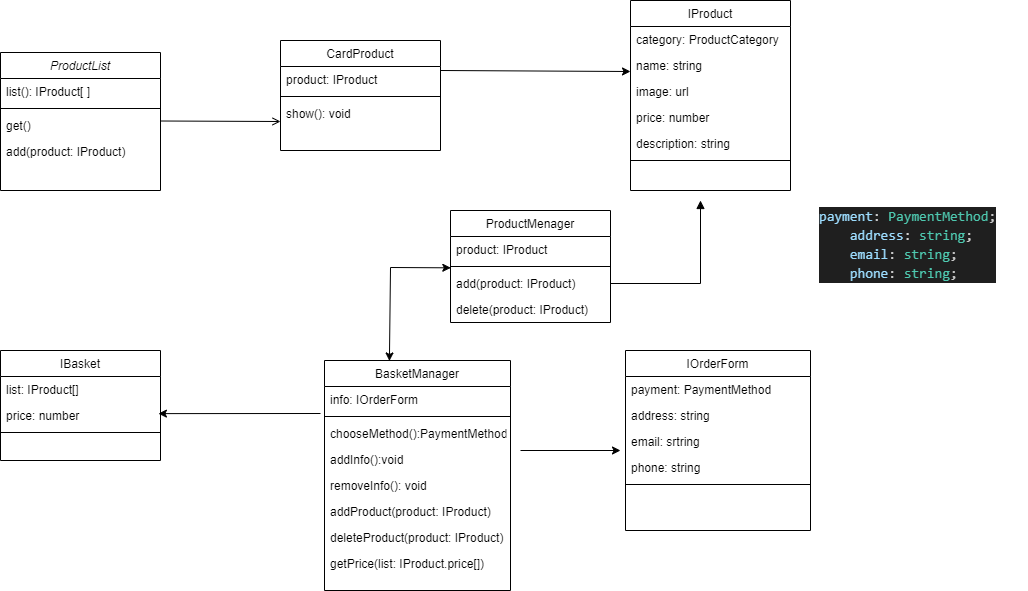
VikaShipovalova/web-larek-frontend keeps this draw.io diagram as classmodel.png. Above is the earlier version. Source tidied: cells renumbered, new cells last; positions are measured from the earlier drawing's top-left corner, leaving out a move shared by most shapes. The source it was exported from:
```xml
<mxGraphModel>
  <root>
    <mxCell id="0" />
    <mxCell id="1" parent="0" />
    <mxCell id="2" value="IOrderForm" style="swimlane;fontStyle=0;align=center;verticalAlign=top;horizontal=1;startSize=26;rounded=0;shadow=0;strokeWidth=1;" parent="1" vertex="1">
      <mxGeometry x="625" y="350" width="185" height="180" as="geometry" />
    </mxCell>
    <mxCell id="3" value="payment: PaymentMethod" style="text;align=left;verticalAlign=top;spacingLeft=4;spacingRight=4;overflow=hidden;" parent="2" vertex="1">
      <mxGeometry y="26" width="185" height="26" as="geometry" />
    </mxCell>
    <mxCell id="4" value="address: string" style="text;align=left;verticalAlign=top;spacingLeft=4;spacingRight=4;overflow=hidden;" parent="2" vertex="1">
      <mxGeometry y="52" width="185" height="26" as="geometry" />
    </mxCell>
    <mxCell id="5" value="email: srtring" style="text;align=left;verticalAlign=top;spacingLeft=4;spacingRight=4;overflow=hidden;" parent="2" vertex="1">
      <mxGeometry y="78" width="185" height="26" as="geometry" />
    </mxCell>
    <mxCell id="6" value="phone: string" style="text;align=left;verticalAlign=top;spacingLeft=4;spacingRight=4;overflow=hidden;" parent="2" vertex="1">
      <mxGeometry y="104" width="185" height="26" as="geometry" />
    </mxCell>
    <mxCell id="7" style="line;html=1;strokeWidth=1;align=left;verticalAlign=middle;spacingTop=-1;spacingLeft=3;spacingRight=3;labelPosition=right;" parent="2" vertex="1">
      <mxGeometry y="130" width="185" height="8" as="geometry" />
    </mxCell>
    <mxCell id="8" value="CardProduct" style="swimlane;fontStyle=0;align=center;verticalAlign=top;horizontal=1;startSize=26;rounded=0;shadow=0;strokeWidth=1;" parent="1" vertex="1">
      <mxGeometry x="280" y="40" width="160" height="110" as="geometry" />
    </mxCell>
    <mxCell id="9" value="product: IProduct" style="text;align=left;verticalAlign=top;spacingLeft=4;spacingRight=4;overflow=hidden;rounded=0;shadow=0;html=0;" parent="8" vertex="1">
      <mxGeometry y="26" width="160" height="26" as="geometry" />
    </mxCell>
    <mxCell id="10" style="line;html=1;strokeWidth=1;align=left;verticalAlign=middle;spacingTop=-1;spacingLeft=3;spacingRight=3;labelPosition=right;" parent="8" vertex="1">
      <mxGeometry y="52" width="160" height="8" as="geometry" />
    </mxCell>
    <mxCell id="11" value="show(): void" style="text;align=left;verticalAlign=top;spacingLeft=4;spacingRight=4;overflow=hidden;rounded=0;shadow=0;html=0;" parent="8" vertex="1">
      <mxGeometry y="60" width="160" height="26" as="geometry" />
    </mxCell>
    <mxCell id="12" style="endArrow=open;shadow=0;strokeWidth=1;rounded=0;curved=0;endFill=1;edgeStyle=elbowEdgeStyle;elbow=vertical;" parent="1" edge="1">
      <mxGeometry x="0.5" y="41" relative="1" as="geometry">
        <mxPoint x="160" y="120.5" as="sourcePoint" />
        <mxPoint x="280" y="120.5" as="targetPoint" />
        <mxPoint x="-40" y="32" as="offset" />
      </mxGeometry>
    </mxCell>
    <mxCell id="13" style="endArrow=classic;html=1;rounded=0;" parent="1" edge="1">
      <mxGeometry relative="1" as="geometry">
        <mxPoint x="520" y="450" as="sourcePoint" />
        <mxPoint x="620" y="450" as="targetPoint" />
      </mxGeometry>
    </mxCell>
    <mxCell id="14" style="endArrow=classic;html=1;rounded=0;entryX=0;entryY=0.5;entryDx=0;entryDy=0;" parent="1" edge="1">
      <mxGeometry relative="1" as="geometry">
        <mxPoint x="440" y="70" as="sourcePoint" />
        <mxPoint x="630" y="71" as="targetPoint" />
      </mxGeometry>
    </mxCell>
    <mxCell id="15" value="BasketManager" style="swimlane;fontStyle=0;align=center;verticalAlign=top;horizontal=1;startSize=26;rounded=0;shadow=0;strokeWidth=1;" parent="1" vertex="1">
      <mxGeometry x="324" y="360" width="186" height="230" as="geometry" />
    </mxCell>
    <mxCell id="16" value="info: IOrderForm" style="text;align=left;verticalAlign=top;spacingLeft=4;spacingRight=4;overflow=hidden;" parent="15" vertex="1">
      <mxGeometry y="26" width="186" height="26" as="geometry" />
    </mxCell>
    <mxCell id="17" style="line;html=1;strokeWidth=1;align=left;verticalAlign=middle;spacingTop=-1;spacingLeft=3;spacingRight=3;labelPosition=right;" parent="15" vertex="1">
      <mxGeometry y="52" width="186" height="8" as="geometry" />
    </mxCell>
    <mxCell id="18" value="chooseMethod():PaymentMethod" style="text;align=left;verticalAlign=top;spacingLeft=4;spacingRight=4;overflow=hidden;" parent="15" vertex="1">
      <mxGeometry y="60" width="186" height="26" as="geometry" />
    </mxCell>
    <mxCell id="19" value="addInfo():void" style="text;align=left;verticalAlign=top;spacingLeft=4;spacingRight=4;overflow=hidden;" parent="15" vertex="1">
      <mxGeometry y="86" width="186" height="26" as="geometry" />
    </mxCell>
    <mxCell id="20" value="removeInfo(): void" style="text;align=left;verticalAlign=top;spacingLeft=4;spacingRight=4;overflow=hidden;" parent="15" vertex="1">
      <mxGeometry y="112" width="186" height="26" as="geometry" />
    </mxCell>
    <mxCell id="21" value="addProduct(product: IProduct)" style="text;align=left;verticalAlign=top;spacingLeft=4;spacingRight=4;overflow=hidden;fontStyle=0;" parent="15" vertex="1">
      <mxGeometry y="138" width="186" height="26" as="geometry" />
    </mxCell>
    <mxCell id="22" value="deleteProduct(product: IProduct)" style="text;align=left;verticalAlign=top;spacingLeft=4;spacingRight=4;overflow=hidden;" parent="15" vertex="1">
      <mxGeometry y="164" width="186" height="26" as="geometry" />
    </mxCell>
    <mxCell id="23" value="getPrice(list: IProduct.price[])" style="text;align=left;verticalAlign=top;spacingLeft=4;spacingRight=4;overflow=hidden;" parent="15" vertex="1">
      <mxGeometry y="190" width="186" height="26" as="geometry" />
    </mxCell>
    <mxCell id="24" style="endArrow=classic;html=1;rounded=0;entryX=0.987;entryY=0.043;entryDx=0;entryDy=0;entryPerimeter=0;" parent="1" edge="1">
      <mxGeometry relative="1" as="geometry">
        <mxPoint x="320" y="413" as="sourcePoint" />
        <mxPoint x="157.9" y="413.1" as="targetPoint" />
      </mxGeometry>
    </mxCell>
    <mxCell id="25" value="ProductMenager" style="swimlane;fontStyle=0;align=center;verticalAlign=top;horizontal=1;startSize=26;rounded=0;shadow=0;strokeWidth=1;" parent="1" vertex="1">
      <mxGeometry x="450" y="210" width="160" height="112" as="geometry" />
    </mxCell>
    <mxCell id="26" value="product: IProduct" style="text;align=left;verticalAlign=top;spacingLeft=4;spacingRight=4;overflow=hidden;" parent="25" vertex="1">
      <mxGeometry y="26" width="160" height="26" as="geometry" />
    </mxCell>
    <mxCell id="27" style="line;html=1;strokeWidth=1;align=left;verticalAlign=middle;spacingTop=-1;spacingLeft=3;spacingRight=3;labelPosition=right;" parent="25" vertex="1">
      <mxGeometry y="52" width="160" height="8" as="geometry" />
    </mxCell>
    <mxCell id="28" value="add(product: IProduct)" style="text;align=left;verticalAlign=top;spacingLeft=4;spacingRight=4;overflow=hidden;points=[[0,0.5],[1,0.5]];portConstraint=eastwest;rounded=0;shadow=0;html=0;" parent="25" vertex="1">
      <mxGeometry y="60" width="160" height="26" as="geometry" />
    </mxCell>
    <mxCell id="29" value="delete(product: IProduct)" style="text;align=left;verticalAlign=top;spacingLeft=4;spacingRight=4;overflow=hidden;" parent="25" vertex="1">
      <mxGeometry y="86" width="160" height="26" as="geometry" />
    </mxCell>
    <mxCell id="30" style="endArrow=classic;startArrow=classic;html=1;rounded=0;exitX=0.349;exitY=0.002;exitDx=0;exitDy=0;exitPerimeter=0;entryX=0.002;entryY=-0.103;entryDx=0;entryDy=0;entryPerimeter=0;" parent="1" edge="1" source="15" target="28">
      <mxGeometry relative="1" as="geometry">
        <Array as="points">
          <mxPoint x="390" y="267" />
        </Array>
      </mxGeometry>
    </mxCell>
    <mxCell id="31" style="html=1;verticalAlign=bottom;endArrow=block;curved=0;rounded=0;exitX=1;exitY=0.5;exitDx=0;exitDy=0;" parent="1" edge="1" source="28">
      <mxGeometry relative="1" as="geometry">
        <mxPoint x="700" y="200" as="targetPoint" />
        <Array as="points">
          <mxPoint x="700" y="283" />
        </Array>
      </mxGeometry>
    </mxCell>
    <mxCell id="32" value="ProductList" style="swimlane;fontStyle=2;align=center;verticalAlign=top;horizontal=1;startSize=26;rounded=0;shadow=0;strokeWidth=1;" parent="1" vertex="1">
      <mxGeometry y="52" width="160" height="138" as="geometry" />
    </mxCell>
    <mxCell id="33" value="list(): IProduct[ ]" style="text;align=left;verticalAlign=top;spacingLeft=4;spacingRight=4;overflow=hidden;" parent="32" vertex="1">
      <mxGeometry y="26" width="160" height="26" as="geometry" />
    </mxCell>
    <mxCell id="34" style="line;html=1;strokeWidth=1;align=left;verticalAlign=middle;spacingTop=-1;spacingLeft=3;spacingRight=3;labelPosition=right;" parent="32" vertex="1">
      <mxGeometry y="52" width="160" height="8" as="geometry" />
    </mxCell>
    <mxCell id="35" value="get()" style="text;align=left;verticalAlign=top;spacingLeft=4;spacingRight=4;overflow=hidden;" parent="32" vertex="1">
      <mxGeometry y="60" width="160" height="26" as="geometry" />
    </mxCell>
    <mxCell id="36" value="add(product: IProduct)" style="text;align=left;verticalAlign=top;spacingLeft=4;spacingRight=4;overflow=hidden;" parent="32" vertex="1">
      <mxGeometry y="86" width="160" height="26" as="geometry" />
    </mxCell>
    <mxCell id="37" value="IProduct" style="swimlane;fontStyle=0;align=center;verticalAlign=top;horizontal=1;startSize=26;rounded=0;shadow=0;strokeWidth=1;" parent="1" vertex="1">
      <mxGeometry x="630" width="160" height="190" as="geometry" />
    </mxCell>
    <mxCell id="38" value="category: ProductCategory" style="text;align=left;verticalAlign=top;spacingLeft=4;spacingRight=4;overflow=hidden;" parent="37" vertex="1">
      <mxGeometry y="26" width="160" height="26" as="geometry" />
    </mxCell>
    <mxCell id="39" value="name: string" style="text;align=left;verticalAlign=top;spacingLeft=4;spacingRight=4;overflow=hidden;rounded=0;shadow=0;html=0;" parent="37" vertex="1">
      <mxGeometry y="52" width="160" height="26" as="geometry" />
    </mxCell>
    <mxCell id="40" value="image: url" style="text;align=left;verticalAlign=top;spacingLeft=4;spacingRight=4;overflow=hidden;rounded=0;shadow=0;html=0;" parent="37" vertex="1">
      <mxGeometry y="78" width="160" height="26" as="geometry" />
    </mxCell>
    <mxCell id="41" value="price: number" style="text;align=left;verticalAlign=top;spacingLeft=4;spacingRight=4;overflow=hidden;rounded=0;shadow=0;html=0;" parent="37" vertex="1">
      <mxGeometry y="104" width="160" height="26" as="geometry" />
    </mxCell>
    <mxCell id="42" value="description: string" style="text;align=left;verticalAlign=top;spacingLeft=4;spacingRight=4;overflow=hidden;rounded=0;shadow=0;html=0;" parent="37" vertex="1">
      <mxGeometry y="130" width="160" height="26" as="geometry" />
    </mxCell>
    <mxCell id="43" style="line;html=1;strokeWidth=1;align=left;verticalAlign=middle;spacingTop=-1;spacingLeft=3;spacingRight=3;labelPosition=right;" parent="37" vertex="1">
      <mxGeometry y="156" width="160" height="8" as="geometry" />
    </mxCell>
    <mxCell id="44" value="IBasket" style="swimlane;fontStyle=0;align=center;verticalAlign=top;horizontal=1;startSize=26;rounded=0;shadow=0;strokeWidth=1;" parent="1" vertex="1">
      <mxGeometry y="350" width="160" height="110" as="geometry" />
    </mxCell>
    <mxCell id="45" value="list: IProduct[]" style="text;align=left;verticalAlign=top;spacingLeft=4;spacingRight=4;overflow=hidden;" parent="44" vertex="1">
      <mxGeometry y="26" width="160" height="26" as="geometry" />
    </mxCell>
    <mxCell id="46" value="price: number" style="text;align=left;verticalAlign=top;spacingLeft=4;spacingRight=4;overflow=hidden;" parent="44" vertex="1">
      <mxGeometry y="52" width="160" height="26" as="geometry" />
    </mxCell>
    <mxCell id="47" style="line;html=1;strokeWidth=1;align=left;verticalAlign=middle;spacingTop=-1;spacingLeft=3;spacingRight=3;labelPosition=right;" parent="44" vertex="1">
      <mxGeometry y="78" width="160" height="8" as="geometry" />
    </mxCell>
    <mxCell id="48" value="&lt;div style=&quot;color: rgb(204, 204, 204); background-color: rgb(31, 31, 31); font-family: Consolas, &amp;quot;Courier New&amp;quot;, monospace; font-weight: normal; font-size: 14px; line-height: 19px;&quot;&gt;&lt;div&gt;&lt;span style=&quot;color: #9cdcfe;&quot;&gt;payment&lt;/span&gt;&lt;span style=&quot;color: #d4d4d4;&quot;&gt;:&lt;/span&gt;&lt;span style=&quot;color: #cccccc;&quot;&gt; &lt;/span&gt;&lt;span style=&quot;color: #4ec9b0;&quot;&gt;PaymentMethod&lt;/span&gt;&lt;span style=&quot;color: #cccccc;&quot;&gt;;&lt;/span&gt;&lt;/div&gt;&lt;div&gt;&lt;span style=&quot;color: #cccccc;&quot;&gt;&amp;nbsp; &amp;nbsp; &lt;/span&gt;&lt;span style=&quot;color: #9cdcfe;&quot;&gt;address&lt;/span&gt;&lt;span style=&quot;color: #d4d4d4;&quot;&gt;:&lt;/span&gt;&lt;span style=&quot;color: #cccccc;&quot;&gt; &lt;/span&gt;&lt;span style=&quot;color: #4ec9b0;&quot;&gt;string&lt;/span&gt;&lt;span style=&quot;color: #cccccc;&quot;&gt;;&lt;/span&gt;&lt;/div&gt;&lt;div&gt;&lt;span style=&quot;color: #cccccc;&quot;&gt;&amp;nbsp; &amp;nbsp; &lt;/span&gt;&lt;span style=&quot;color: #9cdcfe;&quot;&gt;email&lt;/span&gt;&lt;span style=&quot;color: #d4d4d4;&quot;&gt;:&lt;/span&gt;&lt;span style=&quot;color: #cccccc;&quot;&gt; &lt;/span&gt;&lt;span style=&quot;color: #4ec9b0;&quot;&gt;string&lt;/span&gt;&lt;span style=&quot;color: #cccccc;&quot;&gt;;&lt;/span&gt;&lt;/div&gt;&lt;div&gt;&lt;span style=&quot;color: #cccccc;&quot;&gt;&amp;nbsp; &amp;nbsp; &lt;/span&gt;&lt;span style=&quot;color: #9cdcfe;&quot;&gt;phone&lt;/span&gt;&lt;span style=&quot;color: #d4d4d4;&quot;&gt;:&lt;/span&gt;&lt;span style=&quot;color: #cccccc;&quot;&gt; &lt;/span&gt;&lt;span style=&quot;color: #4ec9b0;&quot;&gt;string&lt;/span&gt;&lt;span style=&quot;color: #cccccc;&quot;&gt;;&lt;/span&gt;&lt;/div&gt;&lt;/div&gt;" style="text;whiteSpace=wrap;html=1;" parent="1" vertex="1">
      <mxGeometry x="817" y="200" width="210" height="100" as="geometry" />
    </mxCell>
  </root>
</mxGraphModel>
```
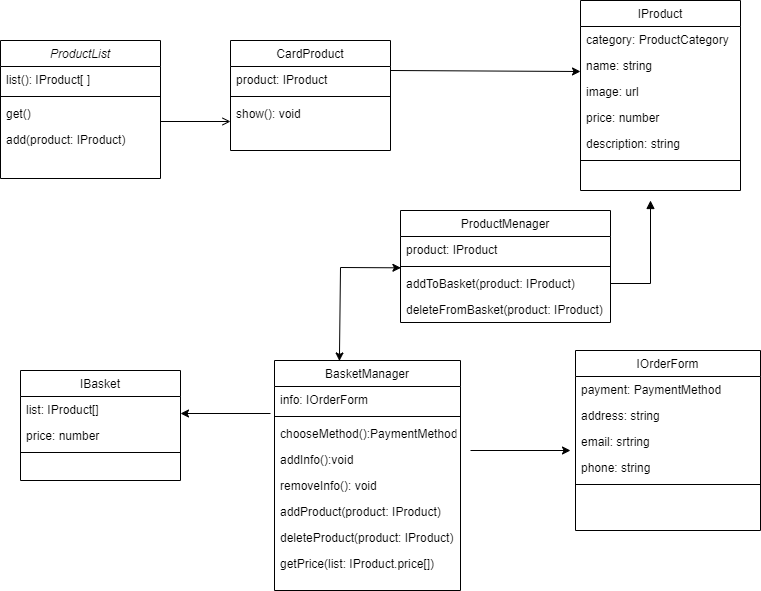
The same file after the commit.

Commit message:
first try first review

Diff of the diagram source:
```diff
@@ -34,7 +34,7 @@
     </mxCell>
     <mxCell id="12" style="endArrow=open;shadow=0;strokeWidth=1;rounded=0;curved=0;endFill=1;edgeStyle=elbowEdgeStyle;elbow=vertical;" parent="1" edge="1">
       <mxGeometry x="0.5" y="41" relative="1" as="geometry">
-        <mxPoint x="160" y="120.5" as="sourcePoint" />
+        <mxPoint x="210" y="121" as="sourcePoint" />
         <mxPoint x="280" y="120.5" as="targetPoint" />
         <mxPoint x="-40" y="32" as="offset" />
       </mxGeometry>
@@ -78,26 +78,26 @@
     <mxCell id="23" value="getPrice(list: IProduct.price[])" style="text;align=left;verticalAlign=top;spacingLeft=4;spacingRight=4;overflow=hidden;" parent="15" vertex="1">
       <mxGeometry y="190" width="186" height="26" as="geometry" />
     </mxCell>
-    <mxCell id="24" style="endArrow=classic;html=1;rounded=0;entryX=0.987;entryY=0.043;entryDx=0;entryDy=0;entryPerimeter=0;" parent="1" edge="1">
+    <mxCell id="24" style="endArrow=classic;html=1;rounded=0;" parent="1" edge="1">
       <mxGeometry relative="1" as="geometry">
         <mxPoint x="320" y="413" as="sourcePoint" />
-        <mxPoint x="157.9" y="413.1" as="targetPoint" />
+        <mxPoint x="230" y="413" as="targetPoint" />
       </mxGeometry>
     </mxCell>
     <mxCell id="25" value="ProductMenager" style="swimlane;fontStyle=0;align=center;verticalAlign=top;horizontal=1;startSize=26;rounded=0;shadow=0;strokeWidth=1;" parent="1" vertex="1">
-      <mxGeometry x="450" y="210" width="160" height="112" as="geometry" />
+      <mxGeometry x="450" y="210" width="210" height="112" as="geometry" />
     </mxCell>
     <mxCell id="26" value="product: IProduct" style="text;align=left;verticalAlign=top;spacingLeft=4;spacingRight=4;overflow=hidden;" parent="25" vertex="1">
-      <mxGeometry y="26" width="160" height="26" as="geometry" />
+      <mxGeometry y="26" width="210" height="26" as="geometry" />
     </mxCell>
     <mxCell id="27" style="line;html=1;strokeWidth=1;align=left;verticalAlign=middle;spacingTop=-1;spacingLeft=3;spacingRight=3;labelPosition=right;" parent="25" vertex="1">
-      <mxGeometry y="52" width="160" height="8" as="geometry" />
+      <mxGeometry y="52" width="210" height="8" as="geometry" />
     </mxCell>
-    <mxCell id="28" value="add(product: IProduct)" style="text;align=left;verticalAlign=top;spacingLeft=4;spacingRight=4;overflow=hidden;points=[[0,0.5],[1,0.5]];portConstraint=eastwest;rounded=0;shadow=0;html=0;" parent="25" vertex="1">
-      <mxGeometry y="60" width="160" height="26" as="geometry" />
+    <mxCell id="28" value="addToBasket(product: IProduct)" style="text;align=left;verticalAlign=top;spacingLeft=4;spacingRight=4;overflow=hidden;points=[[0,0.5],[1,0.5]];portConstraint=eastwest;rounded=0;shadow=0;html=0;" parent="25" vertex="1">
+      <mxGeometry y="60" width="210" height="26" as="geometry" />
     </mxCell>
-    <mxCell id="29" value="delete(product: IProduct)" style="text;align=left;verticalAlign=top;spacingLeft=4;spacingRight=4;overflow=hidden;" parent="25" vertex="1">
-      <mxGeometry y="86" width="160" height="26" as="geometry" />
+    <mxCell id="29" value="deleteFromBasket(product: IProduct)" style="text;align=left;verticalAlign=top;spacingLeft=4;spacingRight=4;overflow=hidden;" parent="25" vertex="1">
+      <mxGeometry y="86" width="210" height="26" as="geometry" />
     </mxCell>
     <mxCell id="30" style="endArrow=classic;startArrow=classic;html=1;rounded=0;exitX=0.349;exitY=0.002;exitDx=0;exitDy=0;exitPerimeter=0;entryX=0.002;entryY=-0.103;entryDx=0;entryDy=0;entryPerimeter=0;" parent="1" edge="1" source="15" target="28">
       <mxGeometry relative="1" as="geometry">
@@ -106,8 +106,9 @@
         </Array>
       </mxGeometry>
     </mxCell>
-    <mxCell id="31" style="html=1;verticalAlign=bottom;endArrow=block;curved=0;rounded=0;exitX=1;exitY=0.5;exitDx=0;exitDy=0;" parent="1" edge="1" source="28">
+    <mxCell id="31" style="html=1;verticalAlign=bottom;endArrow=block;curved=0;rounded=0;" parent="1" edge="1">
       <mxGeometry relative="1" as="geometry">
+        <mxPoint x="660" y="283" as="sourcePoint" />
         <mxPoint x="700" y="200" as="targetPoint" />
         <Array as="points">
           <mxPoint x="700" y="283" />
@@ -115,7 +116,7 @@
       </mxGeometry>
     </mxCell>
     <mxCell id="32" value="ProductList" style="swimlane;fontStyle=2;align=center;verticalAlign=top;horizontal=1;startSize=26;rounded=0;shadow=0;strokeWidth=1;" parent="1" vertex="1">
-      <mxGeometry y="52" width="160" height="138" as="geometry" />
+      <mxGeometry x="50" y="40" width="160" height="138" as="geometry" />
     </mxCell>
     <mxCell id="33" value="list(): IProduct[ ]" style="text;align=left;verticalAlign=top;spacingLeft=4;spacingRight=4;overflow=hidden;" parent="32" vertex="1">
       <mxGeometry y="26" width="160" height="26" as="geometry" />
@@ -151,7 +152,7 @@
       <mxGeometry y="156" width="160" height="8" as="geometry" />
     </mxCell>
     <mxCell id="44" value="IBasket" style="swimlane;fontStyle=0;align=center;verticalAlign=top;horizontal=1;startSize=26;rounded=0;shadow=0;strokeWidth=1;" parent="1" vertex="1">
-      <mxGeometry y="350" width="160" height="110" as="geometry" />
+      <mxGeometry x="70" y="370" width="160" height="110" as="geometry" />
     </mxCell>
     <mxCell id="45" value="list: IProduct[]" style="text;align=left;verticalAlign=top;spacingLeft=4;spacingRight=4;overflow=hidden;" parent="44" vertex="1">
       <mxGeometry y="26" width="160" height="26" as="geometry" />
@@ -162,8 +163,5 @@
     <mxCell id="47" style="line;html=1;strokeWidth=1;align=left;verticalAlign=middle;spacingTop=-1;spacingLeft=3;spacingRight=3;labelPosition=right;" parent="44" vertex="1">
       <mxGeometry y="78" width="160" height="8" as="geometry" />
     </mxCell>
-    <mxCell id="48" value="&lt;div style=&quot;color: rgb(204, 204, 204); background-color: rgb(31, 31, 31); font-family: Consolas, &amp;quot;Courier New&amp;quot;, monospace; font-weight: normal; font-size: 14px; line-height: 19px;&quot;&gt;&lt;div&gt;&lt;span style=&quot;color: #9cdcfe;&quot;&gt;payment&lt;/span&gt;&lt;span style=&quot;color: #d4d4d4;&quot;&gt;:&lt;/span&gt;&lt;span style=&quot;color: #cccccc;&quot;&gt; &lt;/span&gt;&lt;span style=&quot;color: #4ec9b0;&quot;&gt;PaymentMethod&lt;/span&gt;&lt;span style=&quot;color: #cccccc;&quot;&gt;;&lt;/span&gt;&lt;/div&gt;&lt;div&gt;&lt;span style=&quot;color: #cccccc;&quot;&gt;&amp;nbsp; &amp;nbsp; &lt;/span&gt;&lt;span style=&quot;color: #9cdcfe;&quot;&gt;address&lt;/span&gt;&lt;span style=&quot;color: #d4d4d4;&quot;&gt;:&lt;/span&gt;&lt;span style=&quot;color: #cccccc;&quot;&gt; &lt;/span&gt;&lt;span style=&quot;color: #4ec9b0;&quot;&gt;string&lt;/span&gt;&lt;span style=&quot;color: #cccccc;&quot;&gt;;&lt;/span&gt;&lt;/div&gt;&lt;div&gt;&lt;span style=&quot;color: #cccccc;&quot;&gt;&amp;nbsp; &amp;nbsp; &lt;/span&gt;&lt;span style=&quot;color: #9cdcfe;&quot;&gt;email&lt;/span&gt;&lt;span style=&quot;color: #d4d4d4;&quot;&gt;:&lt;/span&gt;&lt;span style=&quot;color: #cccccc;&quot;&gt; &lt;/span&gt;&lt;span style=&quot;color: #4ec9b0;&quot;&gt;string&lt;/span&gt;&lt;span style=&quot;color: #cccccc;&quot;&gt;;&lt;/span&gt;&lt;/div&gt;&lt;div&gt;&lt;span style=&quot;color: #cccccc;&quot;&gt;&amp;nbsp; &amp;nbsp; &lt;/span&gt;&lt;span style=&quot;color: #9cdcfe;&quot;&gt;phone&lt;/span&gt;&lt;span style=&quot;color: #d4d4d4;&quot;&gt;:&lt;/span&gt;&lt;span style=&quot;color: #cccccc;&quot;&gt; &lt;/span&gt;&lt;span style=&quot;color: #4ec9b0;&quot;&gt;string&lt;/span&gt;&lt;span style=&quot;color: #cccccc;&quot;&gt;;&lt;/span&gt;&lt;/div&gt;&lt;/div&gt;" style="text;whiteSpace=wrap;html=1;" parent="1" vertex="1">
-      <mxGeometry x="817" y="200" width="210" height="100" as="geometry" />
-    </mxCell>
   </root>
 </mxGraphModel>
```
